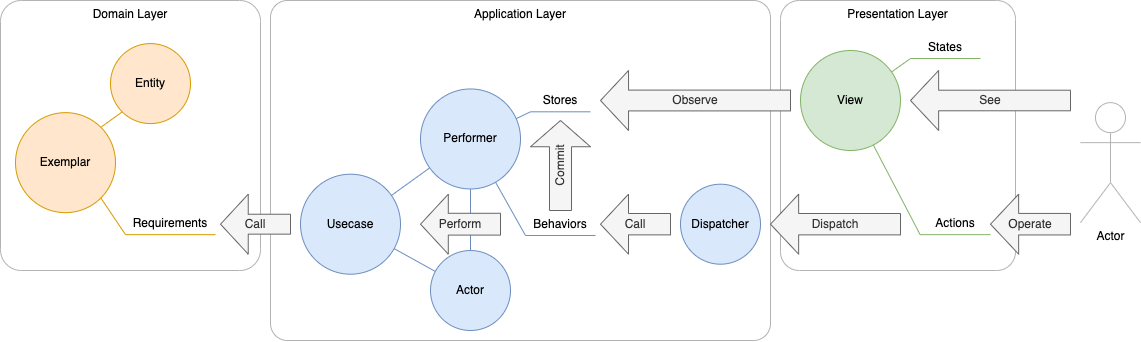
JIBUNSTYLE/CALearning keeps this draw.io diagram as README/architecture.drawio.png. Above is the earlier version. Source tidied: cells renumbered, new cells last; positions are measured from the earlier drawing's top-left corner, leaving out a move shared by most shapes. The source it was exported from:
```xml
<mxGraphModel>
  <root>
    <mxCell id="0" />
    <mxCell id="1" parent="0" />
    <mxCell id="2" value="Application Layer" style="rounded=1;whiteSpace=wrap;html=1;labelBackgroundColor=default;fontSize=12;fillColor=none;align=center;verticalAlign=top;arcSize=5;strokeColor=#B3B3B3;" parent="1" vertex="1">
      <mxGeometry x="270" width="500" height="340" as="geometry" />
    </mxCell>
    <mxCell id="3" value="Presentation Layer" style="rounded=1;whiteSpace=wrap;html=1;labelBackgroundColor=default;fontSize=12;fillColor=none;align=center;verticalAlign=top;arcSize=8;strokeColor=#B3B3B3;" parent="1" vertex="1">
      <mxGeometry x="780" width="235" height="270" as="geometry" />
    </mxCell>
    <mxCell id="4" value="Domain Layer" style="rounded=1;whiteSpace=wrap;html=1;labelBackgroundColor=default;fontSize=12;fillColor=none;align=center;verticalAlign=top;arcSize=8;strokeColor=#B3B3B3;" parent="1" vertex="1">
      <mxGeometry width="260" height="270" as="geometry" />
    </mxCell>
    <mxCell id="5" value="Exemplar" style="ellipse;whiteSpace=wrap;html=1;fillColor=#ffe6cc;strokeColor=#d79b00;" parent="1" vertex="1">
      <mxGeometry x="15" y="112.2" width="100" height="100" as="geometry" />
    </mxCell>
    <mxCell id="6" style="endArrow=none;html=1;fontSize=12;fillColor=#ffe6cc;strokeColor=#d79b00;exitX=1;exitY=1;exitDx=0;exitDy=0;entryX=0;entryY=1;entryDx=0;entryDy=0;" parent="1" edge="1" source="5" target="8">
      <mxGeometry relative="1" as="geometry" />
    </mxCell>
    <mxCell id="7" style="endArrow=none;html=1;fontSize=12;fillColor=#ffe6cc;strokeColor=#d79b00;exitX=0;exitY=1;exitDx=0;exitDy=0;entryX=1;entryY=1;entryDx=0;entryDy=0;" parent="1" edge="1" source="8" target="8">
      <mxGeometry relative="1" as="geometry" />
    </mxCell>
    <mxCell id="8" value="Requirements" style="text;html=1;strokeColor=none;fillColor=none;align=center;verticalAlign=middle;whiteSpace=wrap;rounded=0;labelBackgroundColor=default;fontSize=12;" parent="1" vertex="1">
      <mxGeometry x="125" y="212.1" width="90" height="22" as="geometry" />
    </mxCell>
    <mxCell id="9" style="endArrow=none;html=1;fontSize=12;fillColor=#ffe6cc;strokeColor=#d79b00;exitX=1;exitY=0;exitDx=0;exitDy=0;entryX=0;entryY=1;entryDx=0;entryDy=0;" parent="1" edge="1" source="5" target="10">
      <mxGeometry relative="1" as="geometry" />
    </mxCell>
    <mxCell id="10" value="Entity" style="ellipse;whiteSpace=wrap;html=1;fillColor=#ffe6cc;strokeColor=#d79b00;" parent="1" vertex="1">
      <mxGeometry x="110" y="43.1" width="80" height="80" as="geometry" />
    </mxCell>
    <mxCell id="11" value="Performer" style="ellipse;whiteSpace=wrap;html=1;fillColor=#dae8fc;strokeColor=#6c8ebf;" parent="1" vertex="1">
      <mxGeometry x="420" y="88.5" width="100" height="100" as="geometry" />
    </mxCell>
    <mxCell id="12" value="Usecase" style="ellipse;whiteSpace=wrap;html=1;fillColor=#dae8fc;strokeColor=#6c8ebf;" parent="1" vertex="1">
      <mxGeometry x="300" y="173.7" width="100" height="100" as="geometry" />
    </mxCell>
    <mxCell id="13" value="Actor" style="ellipse;whiteSpace=wrap;html=1;fillColor=#dae8fc;strokeColor=#6c8ebf;" parent="1" vertex="1">
      <mxGeometry x="430" y="250" width="80" height="80" as="geometry" />
    </mxCell>
    <mxCell id="14" style="endArrow=none;html=1;fontSize=12;fillColor=#dae8fc;strokeColor=#6c8ebf;" parent="1" edge="1" source="12" target="11">
      <mxGeometry relative="1" as="geometry" />
    </mxCell>
    <mxCell id="15" style="endArrow=none;html=1;fontSize=12;fillColor=#dae8fc;strokeColor=#6c8ebf;" parent="1" edge="1" source="12" target="13">
      <mxGeometry relative="1" as="geometry" />
    </mxCell>
    <mxCell id="16" style="endArrow=none;html=1;fontSize=12;fillColor=#dae8fc;strokeColor=#6c8ebf;" parent="1" edge="1" source="13" target="11">
      <mxGeometry relative="1" as="geometry" />
    </mxCell>
    <mxCell id="17" value="Call" style="shape=singleArrow;direction=west;whiteSpace=wrap;html=1;labelBackgroundColor=none;fontSize=12;fillColor=#f5f5f5;arrowWidth=0.3321041666666645;arrowSize=0.39621977669852004;fontColor=#333333;strokeColor=#666666;" parent="1" vertex="1">
      <mxGeometry x="220" y="193.7" width="70" height="60" as="geometry" />
    </mxCell>
    <mxCell id="18" style="endArrow=none;html=1;fontSize=12;fillColor=#dae8fc;strokeColor=#6c8ebf;entryX=0;entryY=1;entryDx=0;entryDy=0;" parent="1" edge="1" source="11" target="20">
      <mxGeometry relative="1" as="geometry" />
    </mxCell>
    <mxCell id="19" style="endArrow=none;html=1;fontSize=12;fillColor=#dae8fc;strokeColor=#6c8ebf;exitX=0;exitY=1;exitDx=0;exitDy=0;entryX=1;entryY=1;entryDx=0;entryDy=0;" parent="1" edge="1" source="20" target="20">
      <mxGeometry relative="1" as="geometry" />
    </mxCell>
    <mxCell id="20" value="Behaviors" style="text;html=1;strokeColor=none;fillColor=none;align=center;verticalAlign=middle;whiteSpace=wrap;rounded=0;labelBackgroundColor=default;fontSize=12;" parent="1" vertex="1">
      <mxGeometry x="525" y="213" width="70" height="22" as="geometry" />
    </mxCell>
    <mxCell id="21" style="endArrow=none;html=1;fontSize=12;fillColor=#dae8fc;strokeColor=#6c8ebf;entryX=0;entryY=1;entryDx=0;entryDy=0;" parent="1" edge="1" source="11" target="23">
      <mxGeometry relative="1" as="geometry" />
    </mxCell>
    <mxCell id="22" style="endArrow=none;html=1;fontSize=12;fillColor=#dae8fc;strokeColor=#6c8ebf;exitX=0;exitY=1;exitDx=0;exitDy=0;entryX=1;entryY=1;entryDx=0;entryDy=0;" parent="1" edge="1" source="23" target="23">
      <mxGeometry relative="1" as="geometry" />
    </mxCell>
    <mxCell id="23" value="Stores" style="text;html=1;strokeColor=none;fillColor=none;align=center;verticalAlign=middle;whiteSpace=wrap;rounded=0;labelBackgroundColor=default;fontSize=12;" parent="1" vertex="1">
      <mxGeometry x="530" y="89.3" width="60" height="22" as="geometry" />
    </mxCell>
    <mxCell id="24" value="Commit" style="shape=singleArrow;direction=north;whiteSpace=wrap;html=1;labelBackgroundColor=none;fontSize=12;fillColor=#f5f5f5;fontColor=#333333;strokeColor=#666666;horizontal=0;arrowWidth=0.3671156686449876;arrowSize=0.2915757275132263;" parent="1" vertex="1">
      <mxGeometry x="530" y="120" width="60" height="90" as="geometry" />
    </mxCell>
    <mxCell id="25" value="Perform" style="shape=singleArrow;direction=west;whiteSpace=wrap;html=1;labelBackgroundColor=none;fontSize=12;fillColor=#f5f5f5;arrowWidth=0.36377083333333265;arrowSize=0.34752604484558064;fontColor=#333333;strokeColor=#666666;" parent="1" vertex="1">
      <mxGeometry x="420" y="193.7" width="80" height="60" as="geometry" />
    </mxCell>
    <mxCell id="26" value="View" style="ellipse;whiteSpace=wrap;html=1;fillColor=#d5e8d4;strokeColor=#82b366;" parent="1" vertex="1">
      <mxGeometry x="800" y="50" width="100" height="100" as="geometry" />
    </mxCell>
    <mxCell id="27" value="Observe" style="shape=singleArrow;direction=west;whiteSpace=wrap;html=1;labelBackgroundColor=none;fontSize=12;fillColor=#f5f5f5;arrowWidth=0.346922756618927;arrowSize=0.14759368274522913;fontColor=#333333;strokeColor=#666666;" parent="1" vertex="1">
      <mxGeometry x="600" y="70" width="190" height="60" as="geometry" />
    </mxCell>
    <mxCell id="28" style="endArrow=none;html=1;fontSize=12;fillColor=#d5e8d4;strokeColor=#82b366;entryX=0;entryY=1;entryDx=0;entryDy=0;" parent="1" edge="1" source="26" target="30">
      <mxGeometry relative="1" as="geometry" />
    </mxCell>
    <mxCell id="29" style="endArrow=none;html=1;fontSize=12;fillColor=#d5e8d4;strokeColor=#82b366;exitX=0;exitY=1;exitDx=0;exitDy=0;entryX=1;entryY=1;entryDx=0;entryDy=0;" parent="1" edge="1" source="30" target="30">
      <mxGeometry relative="1" as="geometry" />
    </mxCell>
    <mxCell id="30" value="Actions" style="text;html=1;strokeColor=none;fillColor=none;align=center;verticalAlign=middle;whiteSpace=wrap;rounded=0;labelBackgroundColor=default;fontSize=12;" parent="1" vertex="1">
      <mxGeometry x="919.6" y="212.1" width="70.4" height="22" as="geometry" />
    </mxCell>
    <mxCell id="31" style="endArrow=none;html=1;fontSize=12;fillColor=#d5e8d4;strokeColor=#82b366;entryX=0;entryY=1;entryDx=0;entryDy=0;" parent="1" edge="1" source="26" target="33">
      <mxGeometry relative="1" as="geometry" />
    </mxCell>
    <mxCell id="32" style="endArrow=none;html=1;fontSize=12;fillColor=#d5e8d4;strokeColor=#82b366;exitX=0;exitY=1;exitDx=0;exitDy=0;entryX=1;entryY=1;entryDx=0;entryDy=0;" parent="1" edge="1" source="33" target="33">
      <mxGeometry relative="1" as="geometry" />
    </mxCell>
    <mxCell id="33" value="States" style="text;html=1;strokeColor=none;fillColor=none;align=center;verticalAlign=middle;whiteSpace=wrap;rounded=0;labelBackgroundColor=default;fontSize=12;" parent="1" vertex="1">
      <mxGeometry x="910" y="36" width="70" height="22" as="geometry" />
    </mxCell>
    <mxCell id="34" value="Dispatch" style="shape=singleArrow;direction=west;whiteSpace=wrap;html=1;labelBackgroundColor=none;fontSize=12;fillColor=#f5f5f5;arrowWidth=0.3564375000000022;arrowSize=0.2164260336068957;fontColor=#333333;strokeColor=#666666;" parent="1" vertex="1">
      <mxGeometry x="770" y="193.7" width="130" height="60" as="geometry" />
    </mxCell>
    <mxCell id="35" value="Dispatcher" style="ellipse;whiteSpace=wrap;html=1;fillColor=#dae8fc;strokeColor=#6c8ebf;" parent="1" vertex="1">
      <mxGeometry x="680" y="183.7" width="80" height="80" as="geometry" />
    </mxCell>
    <mxCell id="36" value="Call" style="shape=singleArrow;direction=west;whiteSpace=wrap;html=1;labelBackgroundColor=none;fontSize=12;fillColor=#f5f5f5;arrowWidth=0.3564375000000022;arrowSize=0.4000297655378063;fontColor=#333333;strokeColor=#666666;" parent="1" vertex="1">
      <mxGeometry x="600" y="193.7" width="70" height="60" as="geometry" />
    </mxCell>
    <mxCell id="37" value="Actor" style="shape=umlActor;verticalLabelPosition=bottom;verticalAlign=top;html=1;labelBackgroundColor=none;strokeColor=#B3B3B3;fontSize=12;fillColor=none;" parent="1" vertex="1">
      <mxGeometry x="1080" y="102.2" width="60" height="120" as="geometry" />
    </mxCell>
    <mxCell id="38" value="See" style="shape=singleArrow;direction=west;whiteSpace=wrap;html=1;labelBackgroundColor=none;fontSize=12;fillColor=#f5f5f5;arrowWidth=0.3431041666666658;arrowSize=0.17584615230560274;fontColor=#333333;strokeColor=#666666;" parent="1" vertex="1">
      <mxGeometry x="910" y="70" width="160" height="60" as="geometry" />
    </mxCell>
    <mxCell id="39" value="Operate" style="shape=singleArrow;direction=west;whiteSpace=wrap;html=1;labelBackgroundColor=none;fontSize=12;fillColor=#f5f5f5;arrowWidth=0.3587708333333372;arrowSize=0.3516923046112055;fontColor=#333333;strokeColor=#666666;" parent="1" vertex="1">
      <mxGeometry x="990" y="193.7" width="80" height="60" as="geometry" />
    </mxCell>
  </root>
</mxGraphModel>
```
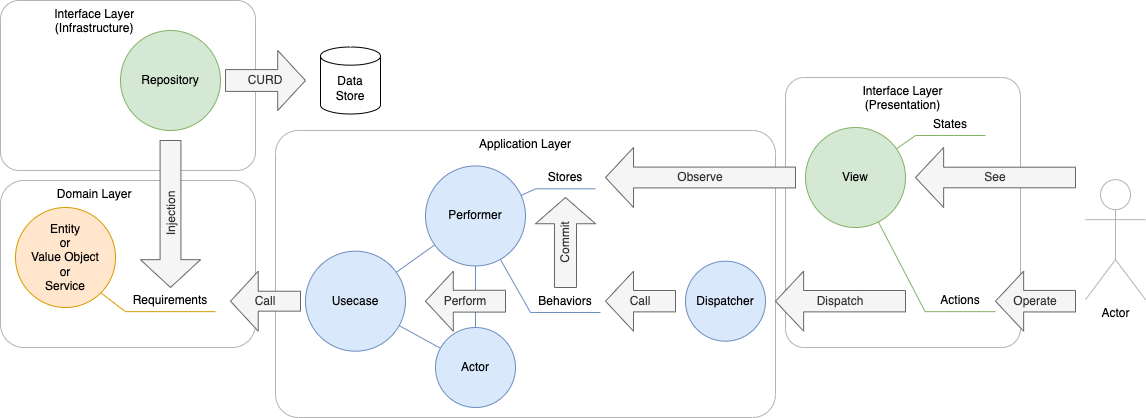
After the change.

Diff of the diagram source:
```diff
@@ -2,17 +2,17 @@
   <root>
     <mxCell id="0" />
     <mxCell id="1" parent="0" />
-    <mxCell id="2" value="Application Layer" style="rounded=1;whiteSpace=wrap;html=1;labelBackgroundColor=default;fontSize=12;fillColor=none;align=center;verticalAlign=top;arcSize=5;strokeColor=#B3B3B3;" parent="1" vertex="1">
-      <mxGeometry x="270" width="500" height="340" as="geometry" />
+    <mxCell id="2" value="Application Layer" style="rounded=1;whiteSpace=wrap;html=1;labelBackgroundColor=default;fontSize=12;fillColor=none;align=center;verticalAlign=top;arcSize=8;strokeColor=#B3B3B3;" parent="1" vertex="1">
+      <mxGeometry x="270" y="53" width="500" height="287" as="geometry" />
     </mxCell>
-    <mxCell id="3" value="Presentation Layer" style="rounded=1;whiteSpace=wrap;html=1;labelBackgroundColor=default;fontSize=12;fillColor=none;align=center;verticalAlign=top;arcSize=8;strokeColor=#B3B3B3;" parent="1" vertex="1">
+    <mxCell id="3" value="Interface Layer&lt;br&gt;(Presentation)" style="rounded=1;whiteSpace=wrap;html=1;labelBackgroundColor=default;fontSize=12;fillColor=none;align=center;verticalAlign=top;arcSize=8;strokeColor=#B3B3B3;" parent="1" vertex="1">
       <mxGeometry x="780" width="235" height="270" as="geometry" />
     </mxCell>
-    <mxCell id="4" value="Domain Layer" style="rounded=1;whiteSpace=wrap;html=1;labelBackgroundColor=default;fontSize=12;fillColor=none;align=center;verticalAlign=top;arcSize=8;strokeColor=#B3B3B3;" parent="1" vertex="1">
-      <mxGeometry width="260" height="270" as="geometry" />
+    <mxCell id="4" value="Domain Layer&amp;nbsp; &amp;nbsp; &amp;nbsp; &amp;nbsp; &amp;nbsp; &amp;nbsp; &amp;nbsp; &amp;nbsp; &amp;nbsp; &amp;nbsp;&amp;nbsp;" style="rounded=1;whiteSpace=wrap;html=1;labelBackgroundColor=default;fontSize=12;fillColor=none;align=center;verticalAlign=top;arcSize=14;strokeColor=#B3B3B3;" parent="1" vertex="1">
+      <mxGeometry x="-5" y="103" width="255" height="167" as="geometry" />
     </mxCell>
-    <mxCell id="5" value="Exemplar" style="ellipse;whiteSpace=wrap;html=1;fillColor=#ffe6cc;strokeColor=#d79b00;" parent="1" vertex="1">
-      <mxGeometry x="15" y="112.2" width="100" height="100" as="geometry" />
+    <mxCell id="5" value="Entity&lt;br&gt;or&lt;br&gt;Value Object&lt;br&gt;or&lt;br&gt;Service" style="ellipse;whiteSpace=wrap;html=1;fillColor=#ffe6cc;strokeColor=#d79b00;" parent="1" vertex="1">
+      <mxGeometry x="10" y="130" width="100" height="100" as="geometry" />
     </mxCell>
     <mxCell id="6" style="endArrow=none;html=1;fontSize=12;fillColor=#ffe6cc;strokeColor=#d79b00;exitX=1;exitY=1;exitDx=0;exitDy=0;entryX=0;entryY=1;entryDx=0;entryDy=0;" parent="1" edge="1" source="5" target="8">
       <mxGeometry relative="1" as="geometry" />
@@ -21,14 +21,8 @@
       <mxGeometry relative="1" as="geometry" />
     </mxCell>
     <mxCell id="8" value="Requirements" style="text;html=1;strokeColor=none;fillColor=none;align=center;verticalAlign=middle;whiteSpace=wrap;rounded=0;labelBackgroundColor=default;fontSize=12;" parent="1" vertex="1">
-      <mxGeometry x="125" y="212.1" width="90" height="22" as="geometry" />
+      <mxGeometry x="120" y="212.1" width="90" height="22" as="geometry" />
     </mxCell>
-    <mxCell id="9" style="endArrow=none;html=1;fontSize=12;fillColor=#ffe6cc;strokeColor=#d79b00;exitX=1;exitY=0;exitDx=0;exitDy=0;entryX=0;entryY=1;entryDx=0;entryDy=0;" parent="1" edge="1" source="5" target="10">
-      <mxGeometry relative="1" as="geometry" />
-    </mxCell>
-    <mxCell id="10" value="Entity" style="ellipse;whiteSpace=wrap;html=1;fillColor=#ffe6cc;strokeColor=#d79b00;" parent="1" vertex="1">
-      <mxGeometry x="110" y="43.1" width="80" height="80" as="geometry" />
-    </mxCell>
     <mxCell id="11" value="Performer" style="ellipse;whiteSpace=wrap;html=1;fillColor=#dae8fc;strokeColor=#6c8ebf;" parent="1" vertex="1">
       <mxGeometry x="420" y="88.5" width="100" height="100" as="geometry" />
     </mxCell>
@@ -48,7 +42,7 @@
       <mxGeometry relative="1" as="geometry" />
     </mxCell>
     <mxCell id="17" value="Call" style="shape=singleArrow;direction=west;whiteSpace=wrap;html=1;labelBackgroundColor=none;fontSize=12;fillColor=#f5f5f5;arrowWidth=0.3321041666666645;arrowSize=0.39621977669852004;fontColor=#333333;strokeColor=#666666;" parent="1" vertex="1">
-      <mxGeometry x="220" y="193.7" width="70" height="60" as="geometry" />
+      <mxGeometry x="225" y="193.7" width="70" height="60" as="geometry" />
     </mxCell>
     <mxCell id="18" style="endArrow=none;html=1;fontSize=12;fillColor=#dae8fc;strokeColor=#6c8ebf;entryX=0;entryY=1;entryDx=0;entryDy=0;" parent="1" edge="1" source="11" target="20">
       <mxGeometry relative="1" as="geometry" />
@@ -116,5 +110,20 @@
     <mxCell id="39" value="Operate" style="shape=singleArrow;direction=west;whiteSpace=wrap;html=1;labelBackgroundColor=none;fontSize=12;fillColor=#f5f5f5;arrowWidth=0.3587708333333372;arrowSize=0.3516923046112055;fontColor=#333333;strokeColor=#666666;" parent="1" vertex="1">
       <mxGeometry x="990" y="193.7" width="80" height="60" as="geometry" />
     </mxCell>
+    <mxCell id="40" value="Interface Layer&amp;nbsp; &amp;nbsp; &amp;nbsp; &amp;nbsp; &amp;nbsp;&amp;nbsp;&amp;nbsp; &amp;nbsp; &amp;nbsp; &amp;nbsp; &amp;nbsp;&amp;nbsp;&lt;br&gt;(Infrastructure)&amp;nbsp; &amp;nbsp; &amp;nbsp; &amp;nbsp; &amp;nbsp;&amp;nbsp;&amp;nbsp; &amp;nbsp; &amp;nbsp; &amp;nbsp; &amp;nbsp;&amp;nbsp;" style="rounded=1;whiteSpace=wrap;html=1;labelBackgroundColor=default;fontSize=12;fillColor=none;align=center;verticalAlign=top;arcSize=11;strokeColor=#B3B3B3;" parent="1" vertex="1">
+      <mxGeometry x="-5" y="-77" width="255" height="170" as="geometry" />
+    </mxCell>
+    <mxCell id="41" value="Repository" style="ellipse;whiteSpace=wrap;html=1;fillColor=#d5e8d4;strokeColor=#82b366;" parent="1" vertex="1">
+      <mxGeometry x="115" y="-47" width="100" height="100" as="geometry" />
+    </mxCell>
+    <mxCell id="42" value="Injection" style="shape=singleArrow;direction=south;whiteSpace=wrap;html=1;labelBackgroundColor=none;fontSize=12;fillColor=#f5f5f5;fontColor=#333333;strokeColor=#666666;horizontal=0;arrowWidth=0.3472646077473958;arrowSize=0.18934268043154762;" parent="1" vertex="1">
+      <mxGeometry x="135" y="63" width="60" height="147" as="geometry" />
+    </mxCell>
+    <mxCell id="43" value="Data&lt;br&gt;Store" style="shape=cylinder3;whiteSpace=wrap;html=1;boundedLbl=1;backgroundOutline=1;size=9.08331298828125;" parent="1" vertex="1">
+      <mxGeometry x="315" y="-30.5" width="60" height="67" as="geometry" />
+    </mxCell>
+    <mxCell id="44" value="CURD" style="shape=singleArrow;direction=east;whiteSpace=wrap;html=1;labelBackgroundColor=none;fontSize=12;fillColor=#f5f5f5;arrowWidth=0.36377083333333265;arrowSize=0.34752604484558064;fontColor=#333333;strokeColor=#666666;" parent="1" vertex="1">
+      <mxGeometry x="220" y="-27" width="80" height="60" as="geometry" />
+    </mxCell>
   </root>
 </mxGraphModel>
```
